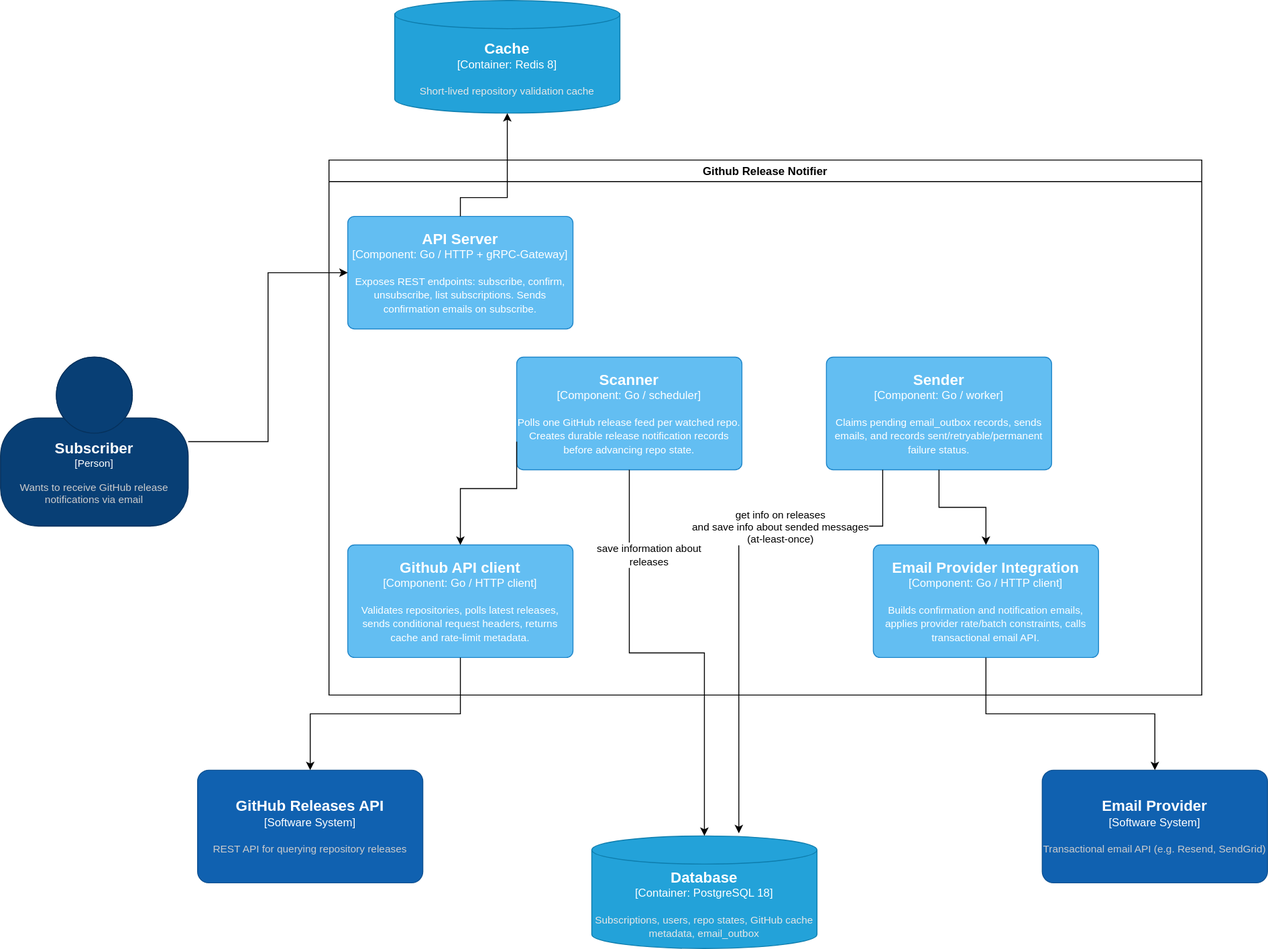
This is docs/github-releases.arch.drawio.svg from GenesisEducationKyiv/software-engineering-school-6-0-walking-wisely, a draw.io export, as it was before one commit. Source tidied: cells renumbered, new cells last; positions are measured from the earlier drawing's top-left corner, leaving out a move shared by most shapes.
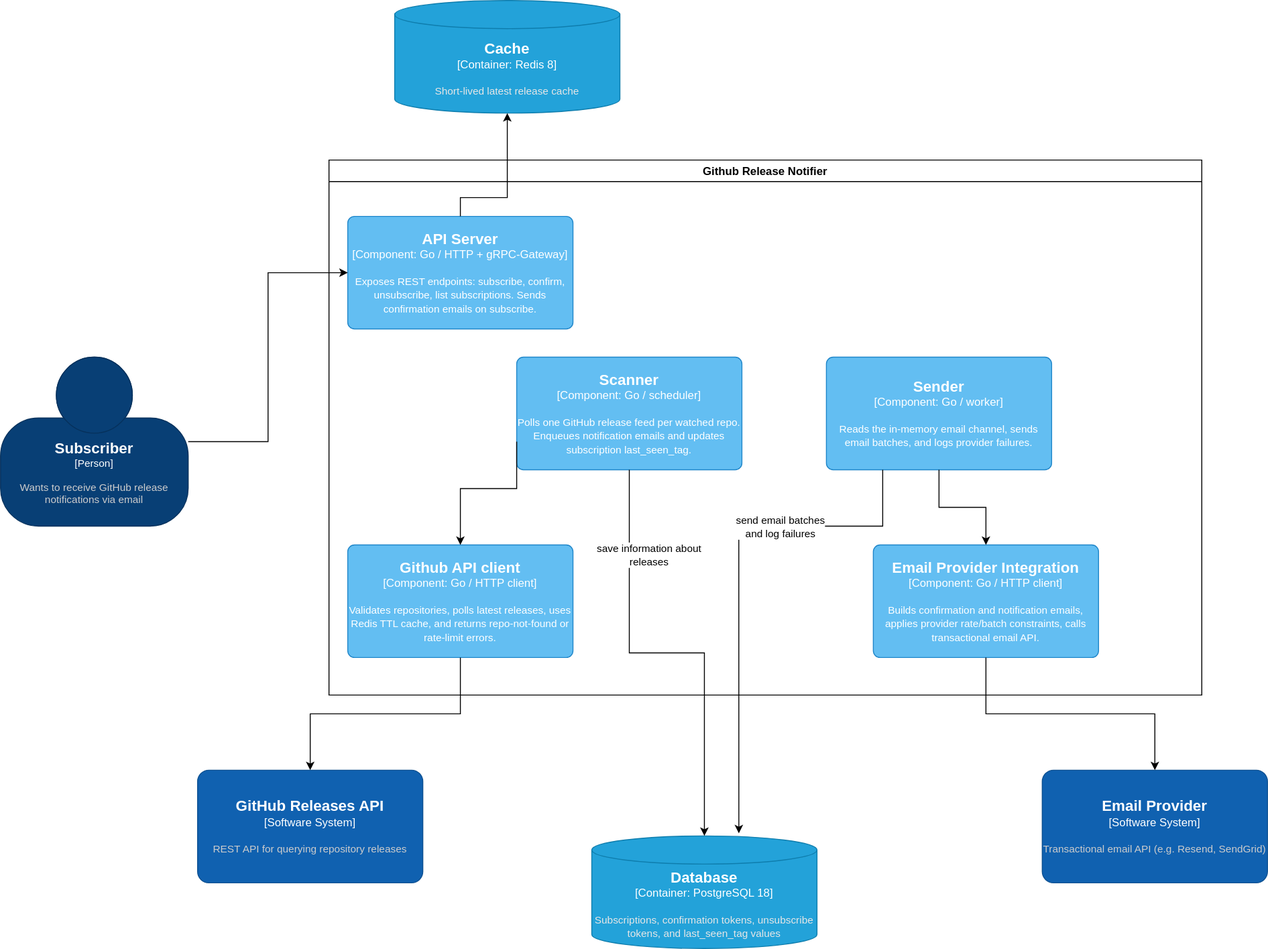
Later version of the same file.

Diff of the diagram source:
```diff
@@ -10,7 +10,7 @@
         <mxGeometry x="20" y="60" width="240" height="120" as="geometry" />
       </mxCell>
     </object>
-    <object id="4" label="&lt;font style=&quot;font-size: 16px&quot;&gt;&lt;b&gt;%c4Name%&lt;/b&gt;&lt;/font&gt;&lt;div&gt;[%c4Type%: %c4Technology%]&lt;/div&gt;&lt;br&gt;&lt;div&gt;&lt;font style=&quot;font-size: 11px&quot;&gt;%c4Description%&lt;/font&gt;&lt;/div&gt;" c4Description="Validates repositories, polls latest releases, sends conditional request headers, returns cache and rate-limit metadata." c4Name="Github API client" c4Technology="Go / HTTP client" c4Type="Component" placeholders="1">
+    <object id="4" label="&lt;font style=&quot;font-size: 16px&quot;&gt;&lt;b&gt;%c4Name%&lt;/b&gt;&lt;/font&gt;&lt;div&gt;[%c4Type%: %c4Technology%]&lt;/div&gt;&lt;br&gt;&lt;div&gt;&lt;font style=&quot;font-size: 11px&quot;&gt;%c4Description%&lt;/font&gt;&lt;/div&gt;" c4Description="Validates repositories, polls latest releases, uses Redis TTL cache, and returns repo-not-found or rate-limit errors." c4Name="Github API client" c4Technology="Go / HTTP client" c4Type="Component" placeholders="1">
       <mxCell style="rounded=1;whiteSpace=wrap;html=1;labelBackgroundColor=none;fillColor=#63BEF2;fontColor=#ffffff;align=center;arcSize=6;strokeColor=#2086C9;points=[[0.25,0,0],[0.5,0,0],[0.75,0,0],[1,0.25,0],[1,0.5,0],[1,0.75,0],[0.75,1,0],[0.5,1,0],[0.25,1,0],[0,0.75,0],[0,0.5,0],[0,0.25,0]];" parent="2" vertex="1">
         <mxGeometry x="20" y="410" width="240" height="120" as="geometry" />
       </mxCell>
@@ -20,12 +20,12 @@
         <mxGeometry x="580" y="410" width="240" height="120" as="geometry" />
       </mxCell>
     </object>
-    <object id="6" label="&lt;font style=&quot;font-size: 16px&quot;&gt;&lt;b&gt;%c4Name%&lt;/b&gt;&lt;/font&gt;&lt;div&gt;[%c4Type%: %c4Technology%]&lt;/div&gt;&lt;br&gt;&lt;div&gt;&lt;font style=&quot;font-size: 11px&quot;&gt;%c4Description%&lt;/font&gt;&lt;/div&gt;" c4Description="Polls one GitHub release feed per watched repo. Creates durable release notification records before advancing repo state." c4Name="Scanner" c4Technology="Go / scheduler" c4Type="Component" placeholders="1">
+    <object id="6" label="&lt;font style=&quot;font-size: 16px&quot;&gt;&lt;b&gt;%c4Name%&lt;/b&gt;&lt;/font&gt;&lt;div&gt;[%c4Type%: %c4Technology%]&lt;/div&gt;&lt;br&gt;&lt;div&gt;&lt;font style=&quot;font-size: 11px&quot;&gt;%c4Description%&lt;/font&gt;&lt;/div&gt;" c4Description="Polls one GitHub release feed per watched repo. Enqueues notification emails and updates subscription last_seen_tag." c4Name="Scanner" c4Technology="Go / scheduler" c4Type="Component" placeholders="1">
       <mxCell style="rounded=1;whiteSpace=wrap;html=1;labelBackgroundColor=none;fillColor=#63BEF2;fontColor=#ffffff;align=center;arcSize=6;strokeColor=#2086C9;points=[[0.25,0,0],[0.5,0,0],[0.75,0,0],[1,0.25,0],[1,0.5,0],[1,0.75,0],[0.75,1,0],[0.5,1,0],[0.25,1,0],[0,0.75,0],[0,0.5,0],[0,0.25,0]];" parent="2" vertex="1">
         <mxGeometry x="200" y="210" width="240" height="120" as="geometry" />
       </mxCell>
     </object>
-    <object id="7" label="&lt;font style=&quot;font-size: 16px&quot;&gt;&lt;b&gt;%c4Name%&lt;/b&gt;&lt;/font&gt;&lt;div&gt;[%c4Type%: %c4Technology%]&lt;/div&gt;&lt;br&gt;&lt;div&gt;&lt;font style=&quot;font-size: 11px&quot;&gt;%c4Description%&lt;/font&gt;&lt;/div&gt;" c4Description="Claims pending email_outbox records, sends emails, and records sent/retryable/permanent failure status." c4Name="Sender" c4Technology="Go / worker" c4Type="Component" placeholders="1">
+    <object id="7" label="&lt;font style=&quot;font-size: 16px&quot;&gt;&lt;b&gt;%c4Name%&lt;/b&gt;&lt;/font&gt;&lt;div&gt;[%c4Type%: %c4Technology%]&lt;/div&gt;&lt;br&gt;&lt;div&gt;&lt;font style=&quot;font-size: 11px&quot;&gt;%c4Description%&lt;/font&gt;&lt;/div&gt;" c4Description="Reads the in-memory email channel, sends email batches, and logs provider failures." c4Name="Sender" c4Technology="Go / worker" c4Type="Component" placeholders="1">
       <mxCell style="rounded=1;whiteSpace=wrap;html=1;labelBackgroundColor=none;fillColor=#63BEF2;fontColor=#ffffff;align=center;arcSize=6;strokeColor=#2086C9;points=[[0.25,0,0],[0.5,0,0],[0.75,0,0],[1,0.25,0],[1,0.5,0],[1,0.75,0],[0.75,1,0],[0.5,1,0],[0.25,1,0],[0,0.75,0],[0,0.5,0],[0,0.25,0]];" parent="2" vertex="1">
         <mxGeometry x="530" y="210" width="240" height="120" as="geometry" />
       </mxCell>
@@ -58,7 +58,7 @@
     <mxCell id="13" style="edgeStyle=orthogonalEdgeStyle;rounded=0;jettySize=auto;html=1;entryX=0;entryY=0.5;entryDx=0;entryDy=0;entryPerimeter=0;" parent="1" edge="1" source="12" target="3">
       <mxGeometry relative="1" as="geometry" />
     </mxCell>
-    <object id="14" label="&lt;font style=&quot;font-size: 16px&quot;&gt;&lt;b&gt;%c4Name%&lt;/b&gt;&lt;/font&gt;&lt;div&gt;[%c4Type%:&amp;nbsp;%c4Technology%]&lt;/div&gt;&lt;br&gt;&lt;div&gt;&lt;font style=&quot;font-size: 11px&quot;&gt;&lt;font color=&quot;#E6E6E6&quot;&gt;%c4Description%&lt;/font&gt;&lt;/div&gt;" c4Description="Subscriptions, users, repo states, GitHub cache metadata, email_outbox" c4Name="Database" c4Technology="PostgreSQL 18" c4Type="Container" placeholders="1">
+    <object id="14" label="&lt;font style=&quot;font-size: 16px&quot;&gt;&lt;b&gt;%c4Name%&lt;/b&gt;&lt;/font&gt;&lt;div&gt;[%c4Type%:&amp;nbsp;%c4Technology%]&lt;/div&gt;&lt;br&gt;&lt;div&gt;&lt;font style=&quot;font-size: 11px&quot;&gt;&lt;font color=&quot;#E6E6E6&quot;&gt;%c4Description%&lt;/font&gt;&lt;/div&gt;" c4Description="Subscriptions, confirmation tokens, unsubscribe tokens, and last_seen_tag values" c4Name="Database" c4Technology="PostgreSQL 18" c4Type="Container" placeholders="1">
       <mxCell style="shape=cylinder3;size=15;whiteSpace=wrap;html=1;boundedLbl=1;rounded=0;labelBackgroundColor=none;fillColor=#23A2D9;fontSize=12;fontColor=#ffffff;align=center;strokeColor=#0E7DAD;points=[[0.5,0,0],[1,0.25,0],[1,0.5,0],[1,0.75,0],[0.5,1,0],[0,0.75,0],[0,0.5,0],[0,0.25,0]];" parent="1" vertex="1">
         <mxGeometry x="630" y="890" width="240" height="120" as="geometry" />
       </mxCell>
@@ -85,10 +85,10 @@
         </Array>
       </mxGeometry>
     </mxCell>
-    <mxCell id="20" value="get info on releases&lt;div&gt;and save info about sended messages&lt;/div&gt;&lt;div&gt;(at-least-once)&lt;/div&gt;" style="edgeLabel;html=1;align=center;verticalAlign=middle;" parent="19" vertex="1">
+    <mxCell id="20" value="send email batches&lt;div&gt;and log failures&lt;/div&gt;" style="edgeLabel;html=1;align=center;verticalAlign=middle;" parent="19" vertex="1">
       <mxGeometry x="-0.37" relative="1" as="geometry" />
     </mxCell>
-    <object id="21" label="&lt;font style=&quot;font-size: 16px&quot;&gt;&lt;b&gt;%c4Name%&lt;/b&gt;&lt;/font&gt;&lt;div&gt;[%c4Type%:&amp;nbsp;%c4Technology%]&lt;/div&gt;&lt;br&gt;&lt;div&gt;&lt;font style=&quot;font-size: 11px&quot;&gt;&lt;font color=&quot;#E6E6E6&quot;&gt;%c4Description%&lt;/font&gt;&lt;/div&gt;" c4Description="Short-lived repository validation cache" c4Name="Cache" c4Technology="Redis 8" c4Type="Container" placeholders="1">
+    <object id="21" label="&lt;font style=&quot;font-size: 16px&quot;&gt;&lt;b&gt;%c4Name%&lt;/b&gt;&lt;/font&gt;&lt;div&gt;[%c4Type%:&amp;nbsp;%c4Technology%]&lt;/div&gt;&lt;br&gt;&lt;div&gt;&lt;font style=&quot;font-size: 11px&quot;&gt;&lt;font color=&quot;#E6E6E6&quot;&gt;%c4Description%&lt;/font&gt;&lt;/div&gt;" c4Description="Short-lived latest release cache" c4Name="Cache" c4Technology="Redis 8" c4Type="Container" placeholders="1">
       <mxCell style="shape=cylinder3;size=15;whiteSpace=wrap;html=1;boundedLbl=1;rounded=0;labelBackgroundColor=none;fillColor=#23A2D9;fontSize=12;fontColor=#ffffff;align=center;strokeColor=#0E7DAD;points=[[0.5,0,0],[1,0.25,0],[1,0.5,0],[1,0.75,0],[0.5,1,0],[0,0.75,0],[0,0.5,0],[0,0.25,0]];" parent="1" vertex="1">
         <mxGeometry x="420" width="240" height="120" as="geometry" />
       </mxCell>
```
